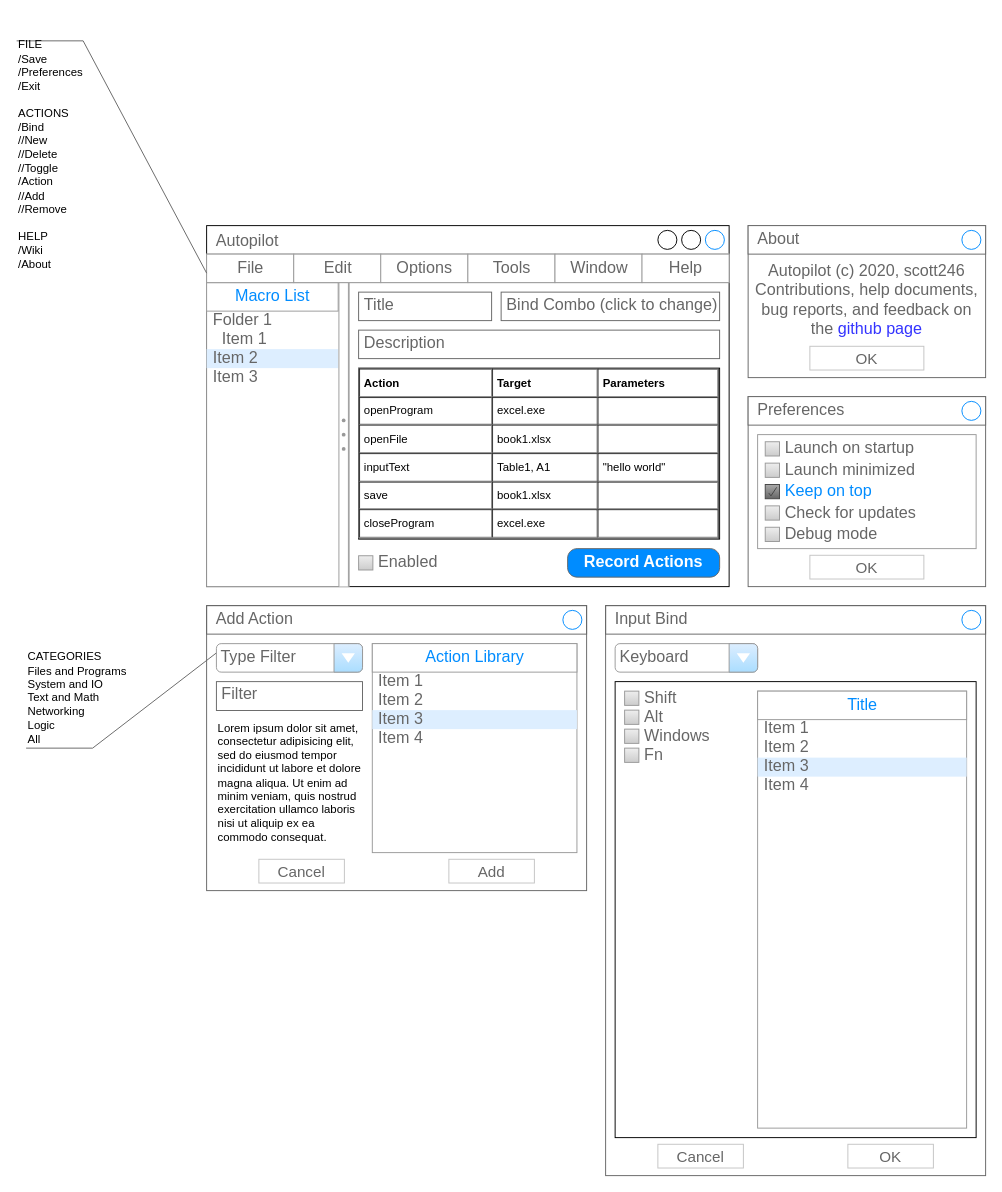
This is autopilot.drawio from scott246/autopilot, a draw.io file, before an edit. Source tidied: cells renumbered, new cells numbered last; positions are measured from the earlier drawing's top-left corner, leaving out a move shared by most shapes. Both pictures are drawn from the tidied source at 95%, with x=0, y=0 at pixel (16, 16).
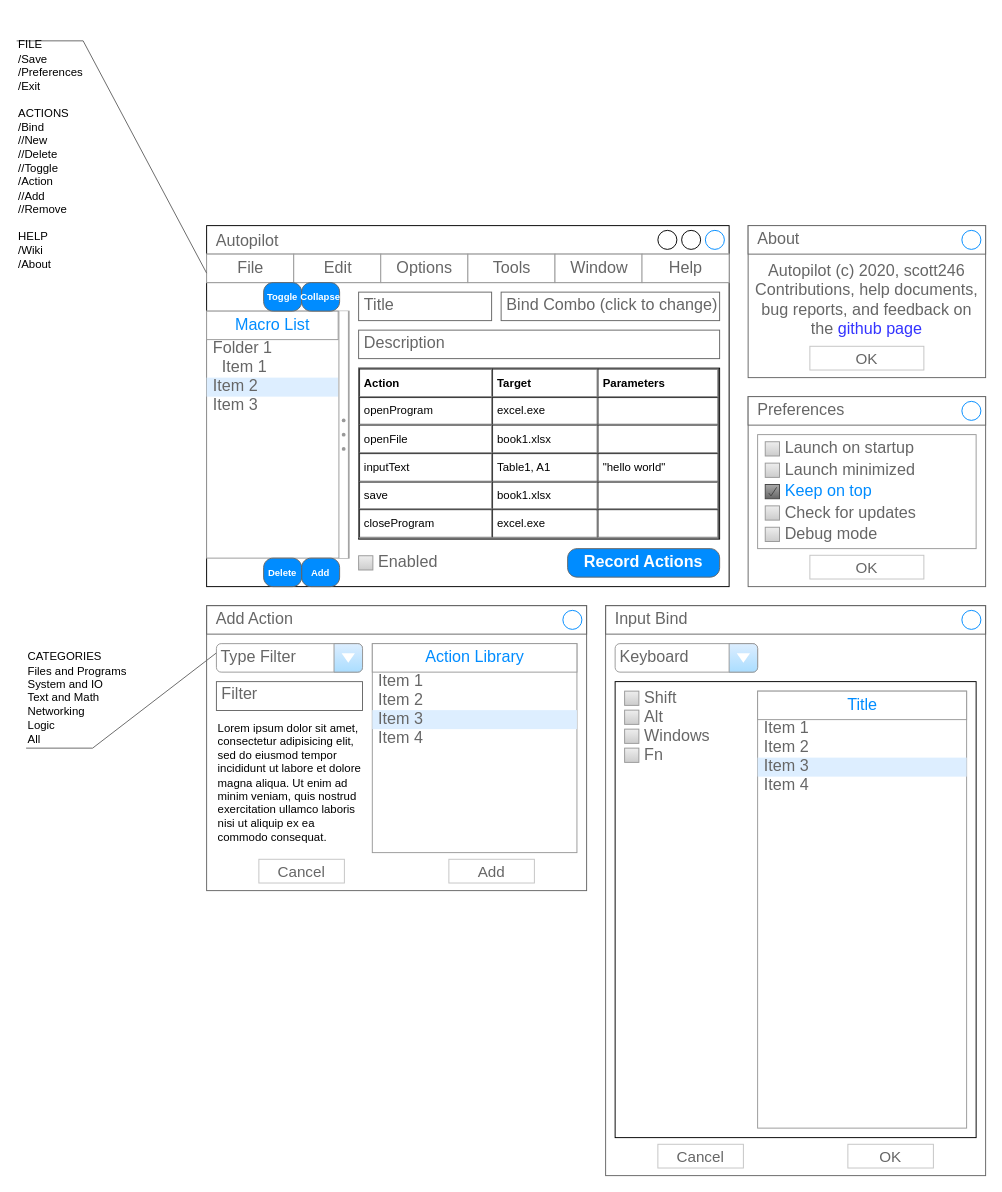
Above is the later version.

Commit message (it also covers changes not shown here):
toggle collapse/expand all in tree view

Diff of the diagram source:
```diff
@@
     <mxCell id="3" style="strokeWidth=1;shadow=0;dashed=0;align=center;html=1;shape=mxgraph.mockup.forms.rrect;rSize=0;strokeColor=#999999;fillColor=#ffffff;" parent="1" vertex="1">
-      <mxGeometry x="200" y="280" width="150" height="320" as="geometry" />
+      <mxGeometry x="200" y="310" width="150" height="260" as="geometry" />
     </mxCell>
@@
     <mxCell id="9" style="verticalLabelPosition=bottom;shadow=0;dashed=0;align=center;html=1;verticalAlign=top;strokeWidth=1;shape=mxgraph.mockup.forms.splitter;strokeColor=#999999;direction=north;" parent="3" vertex="1">
-      <mxGeometry x="138.5" width="11.5" height="320" as="geometry" />
+      <mxGeometry x="138.5" width="11.5" height="260" as="geometry" />
     </mxCell>
@@
+    <mxCell id="70" value="Add" style="strokeWidth=1;shadow=0;dashed=0;align=center;html=1;shape=mxgraph.mockup.buttons.button;strokeColor=#666666;fontColor=#ffffff;mainText=;buttonStyle=round;fontSize=10;fontStyle=1;fillColor=#008cff;whiteSpace=wrap;" parent="1" vertex="1">
+      <mxGeometry x="300" y="570" width="40" height="30" as="geometry" />
+    </mxCell>
+    <mxCell id="71" value="Toggle" style="strokeWidth=1;shadow=0;dashed=0;align=center;html=1;shape=mxgraph.mockup.buttons.button;strokeColor=#666666;fontColor=#ffffff;mainText=;buttonStyle=round;fontSize=10;fontStyle=1;fillColor=#008cff;whiteSpace=wrap;" parent="1" vertex="1">
+      <mxGeometry x="260" y="280" width="40" height="30" as="geometry" />
+    </mxCell>
+    <mxCell id="72" value="Delete" style="strokeWidth=1;shadow=0;dashed=0;align=center;html=1;shape=mxgraph.mockup.buttons.button;strokeColor=#666666;fontColor=#ffffff;mainText=;buttonStyle=round;fontSize=10;fontStyle=1;fillColor=#008cff;whiteSpace=wrap;" parent="1" vertex="1">
+      <mxGeometry x="260" y="570" width="40" height="30" as="geometry" />
+    </mxCell>
+    <mxCell id="73" value="Collapse" style="strokeWidth=1;shadow=0;dashed=0;align=center;html=1;shape=mxgraph.mockup.buttons.button;strokeColor=#666666;fontColor=#ffffff;mainText=;buttonStyle=round;fontSize=10;fontStyle=1;fillColor=#008cff;whiteSpace=wrap;" parent="1" vertex="1">
+      <mxGeometry x="300" y="280" width="40" height="30" as="geometry" />
+    </mxCell>
```
